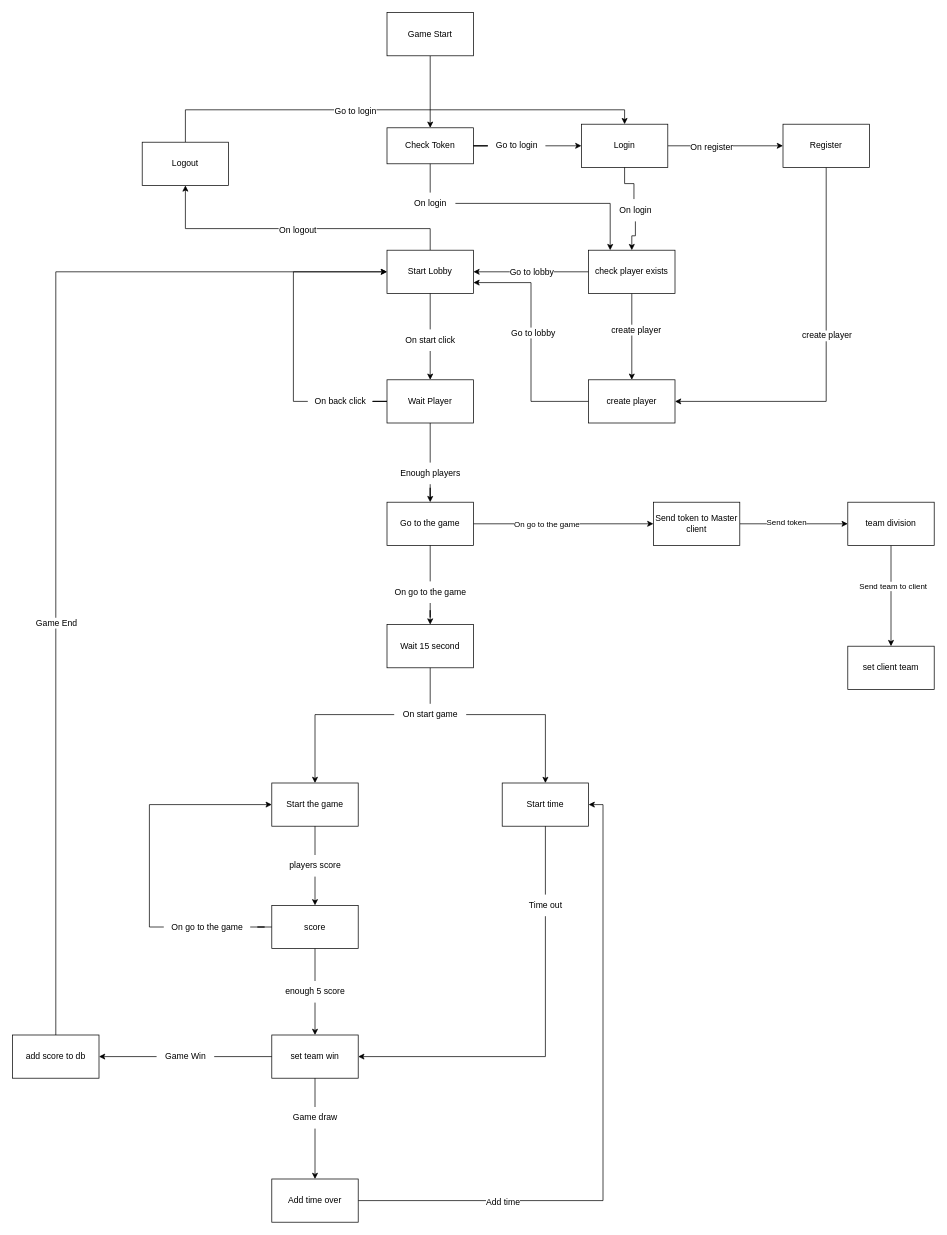
This is page "p0" (1 of 2) of Diaram/stayMagine.drawio from anphuc99/KhoaLuan, a draw.io file, before an edit. Source tidied: cells renumbered, new cells numbered last; positions are measured from the earlier drawing's top-left corner, leaving out a move shared by most shapes. Both pictures are drawn from the tidied source at 72%, with x=0, y=0 at pixel (12, 12).
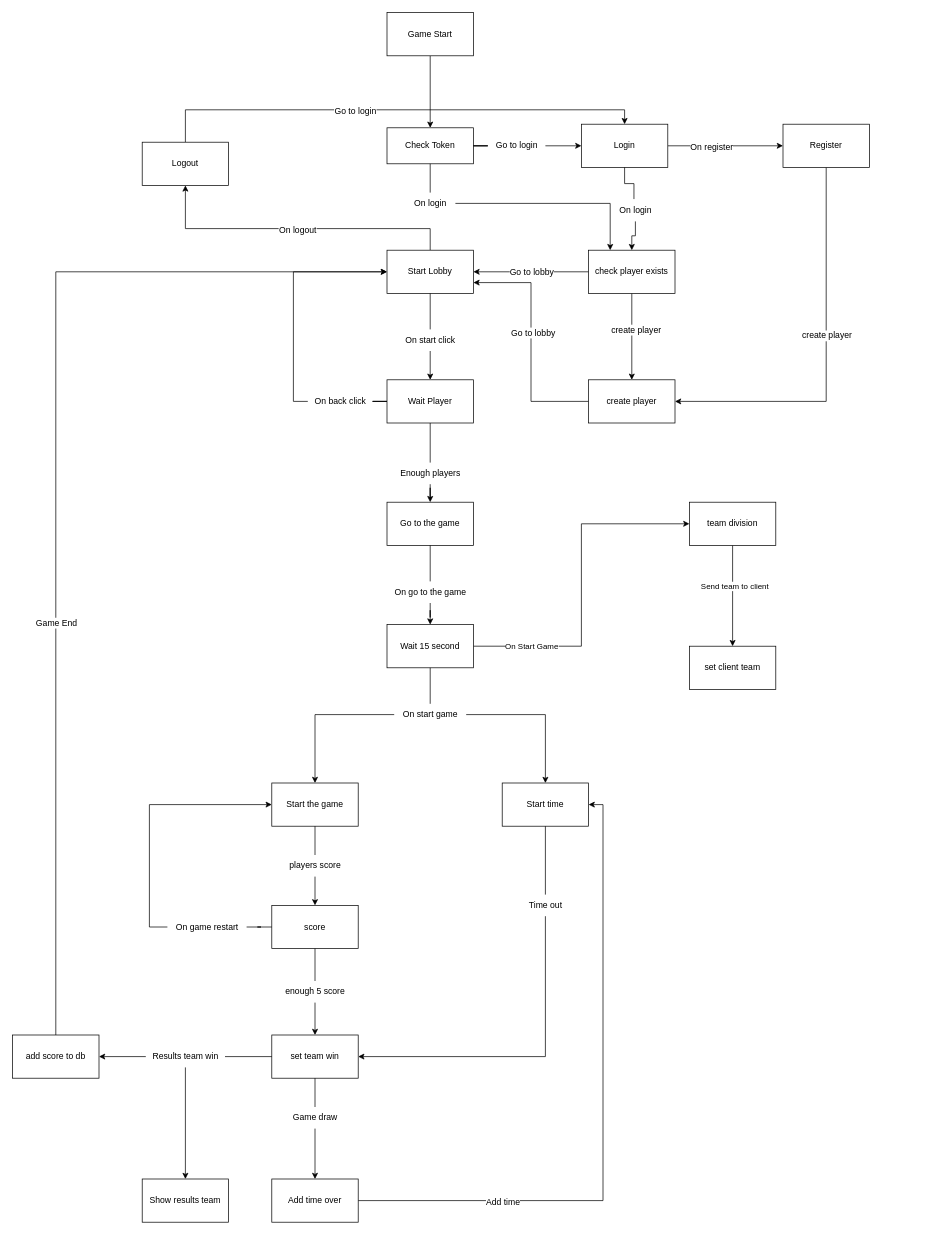
The same page after the edit.

Unchanged cells that the change refers to:
```xml
<mxCell id="27" value="Go to the game" style="whiteSpace=wrap;html=1;rounded=0;" parent="1" vertex="1">
  <mxGeometry x="520" y="680" width="120" height="60" as="geometry" />
</mxCell>
<mxCell id="31" value="Wait 15 second" style="whiteSpace=wrap;html=1;rounded=0;" parent="1" vertex="1">
  <mxGeometry x="520" y="850" width="120" height="60" as="geometry" />
</mxCell>
```

Change to the diagram source:
```diff
@@
-    <mxCell id="25" style="edgeStyle=orthogonalEdgeStyle;rounded=0;jettySize=auto;html=1;" parent="1" edge="1" source="27" target="85">
+    <mxCell id="25" style="edgeStyle=orthogonalEdgeStyle;rounded=0;jettySize=auto;html=1;entryX=0;entryY=0.5;entryDx=0;entryDy=0;exitX=1;exitY=0.5;exitDx=0;exitDy=0;" parent="1" edge="1" source="31" target="88">
       <mxGeometry relative="1" as="geometry" />
     </mxCell>
-    <mxCell id="26" value="On go to the game" style="edgeLabel;html=1;align=center;verticalAlign=middle;" parent="25" vertex="1">
+    <mxCell id="26" value="On Start Game" style="edgeLabel;html=1;align=center;verticalAlign=middle;" parent="25" vertex="1">
       <mxGeometry x="-0.29" y="2" relative="1" as="geometry">
-        <mxPoint x="12" y="2" as="offset" />
+        <mxPoint x="-68" y="16" as="offset" />
       </mxGeometry>
     </mxCell>
@@
-    <mxCell id="55" value="On go to the game" style="text;html=1;align=center;verticalAlign=middle;points=[];strokeColor=none;fillColor=none;" parent="1" vertex="1">
-      <mxGeometry x="210" y="1255" width="120" height="30" as="geometry" />
+    <mxCell id="55" value="On game restart" style="text;html=1;align=center;verticalAlign=middle;points=[];strokeColor=none;fillColor=none;" parent="1" vertex="1">
+      <mxGeometry x="215" y="1255" width="110" height="30" as="geometry" />
     </mxCell>
@@
+    <mxCell id="90" style="edgeStyle=orthogonalEdgeStyle;rounded=0;jettySize=auto;html=1;" parent="1" edge="1" source="67" target="91">
+      <mxGeometry relative="1" as="geometry" />
+    </mxCell>
-    <mxCell id="67" value="Game Win" style="text;html=1;align=center;verticalAlign=middle;points=[];strokeColor=none;fillColor=none;fontSize=12;" parent="1" vertex="1">
-      <mxGeometry x="200" y="1435" width="80" height="30" as="geometry" />
+    <mxCell id="67" value="Results team win" style="text;html=1;align=center;verticalAlign=middle;points=[];strokeColor=none;fillColor=none;fontSize=12;" parent="1" vertex="1">
+      <mxGeometry x="185" y="1435" width="110" height="30" as="geometry" />
     </mxCell>
@@
-    <mxCell id="83" style="edgeStyle=orthogonalEdgeStyle;rounded=0;jettySize=auto;html=1;" parent="1" edge="1" source="85" target="88">
-      <mxGeometry relative="1" as="geometry" />
-    </mxCell>
-    <mxCell id="84" value="Send token" style="edgeLabel;html=1;align=center;verticalAlign=middle;" parent="83" vertex="1">
-      <mxGeometry x="-0.15" y="3" relative="1" as="geometry" />
-    </mxCell>
-    <mxCell id="85" value="Send token to Master client" style="whiteSpace=wrap;html=1;rounded=0;" parent="1" vertex="1">
-      <mxGeometry x="890" y="680" width="120" height="60" as="geometry" />
-    </mxCell>
@@
     <mxCell id="88" value="team division" style="whiteSpace=wrap;html=1;rounded=0;" parent="1" vertex="1">
-      <mxGeometry x="1160" y="680" width="120" height="60" as="geometry" />
+      <mxGeometry x="940" y="680" width="120" height="60" as="geometry" />
     </mxCell>
     <mxCell id="89" value="set client team" style="whiteSpace=wrap;html=1;rounded=0;" parent="1" vertex="1">
-      <mxGeometry x="1160" y="880" width="120" height="60" as="geometry" />
+      <mxGeometry x="940" y="880" width="120" height="60" as="geometry" />
     </mxCell>
+    <mxCell id="91" value="Show results team" style="whiteSpace=wrap;html=1;" parent="1" vertex="1">
+      <mxGeometry x="180" y="1620" width="120" height="60" as="geometry" />
+    </mxCell>
```
